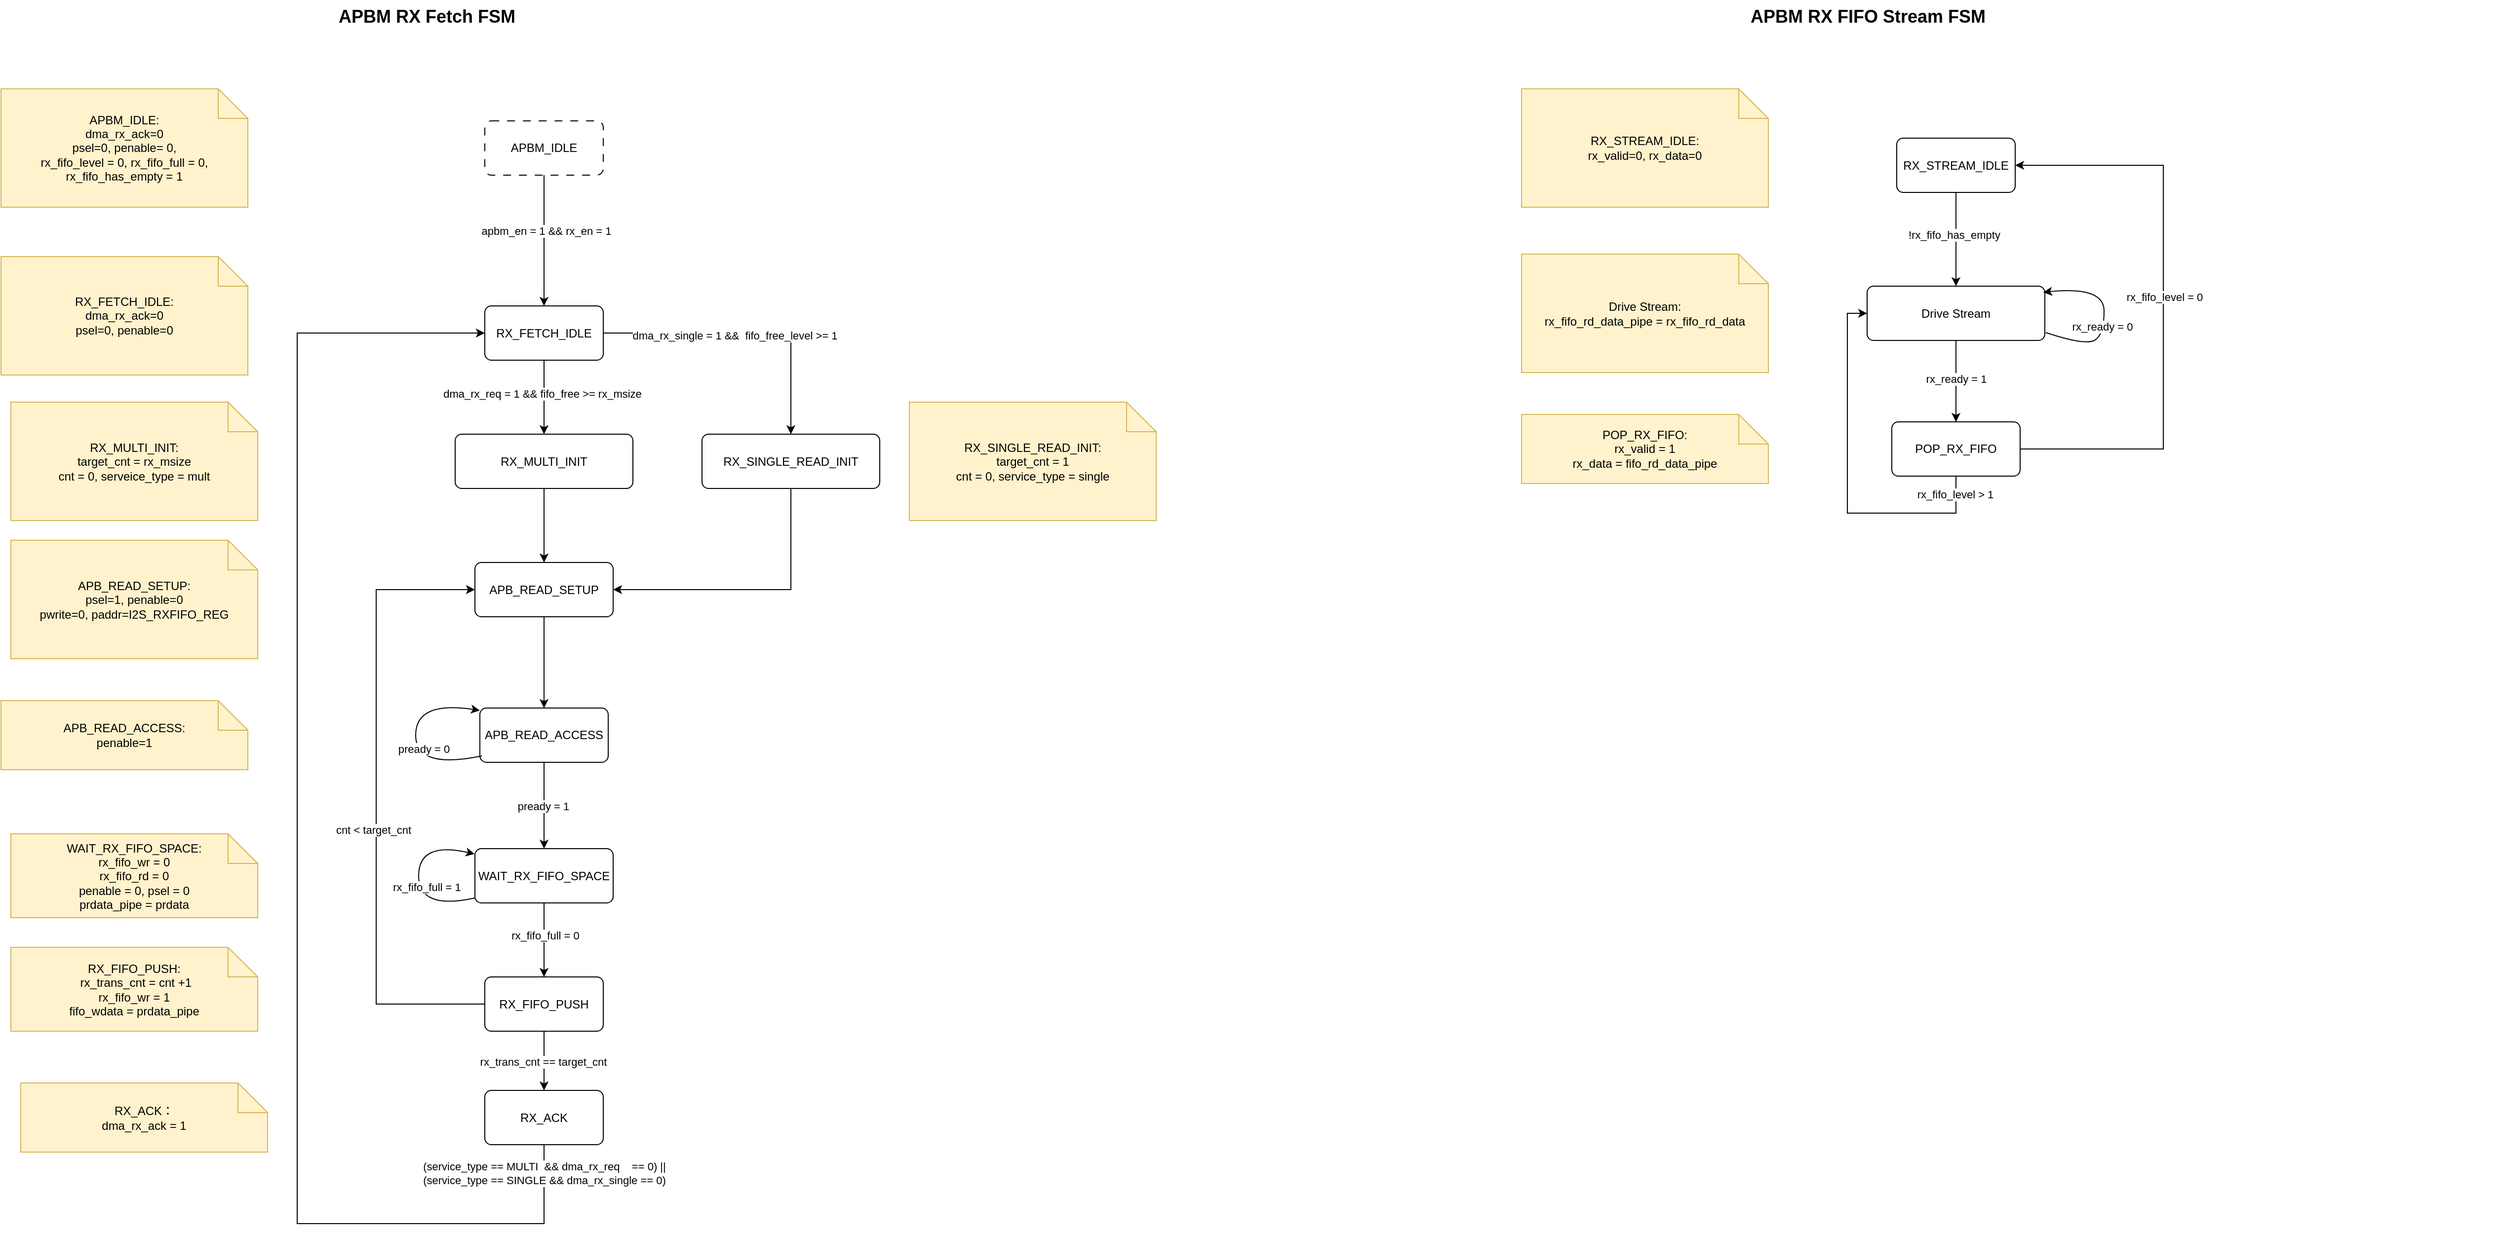
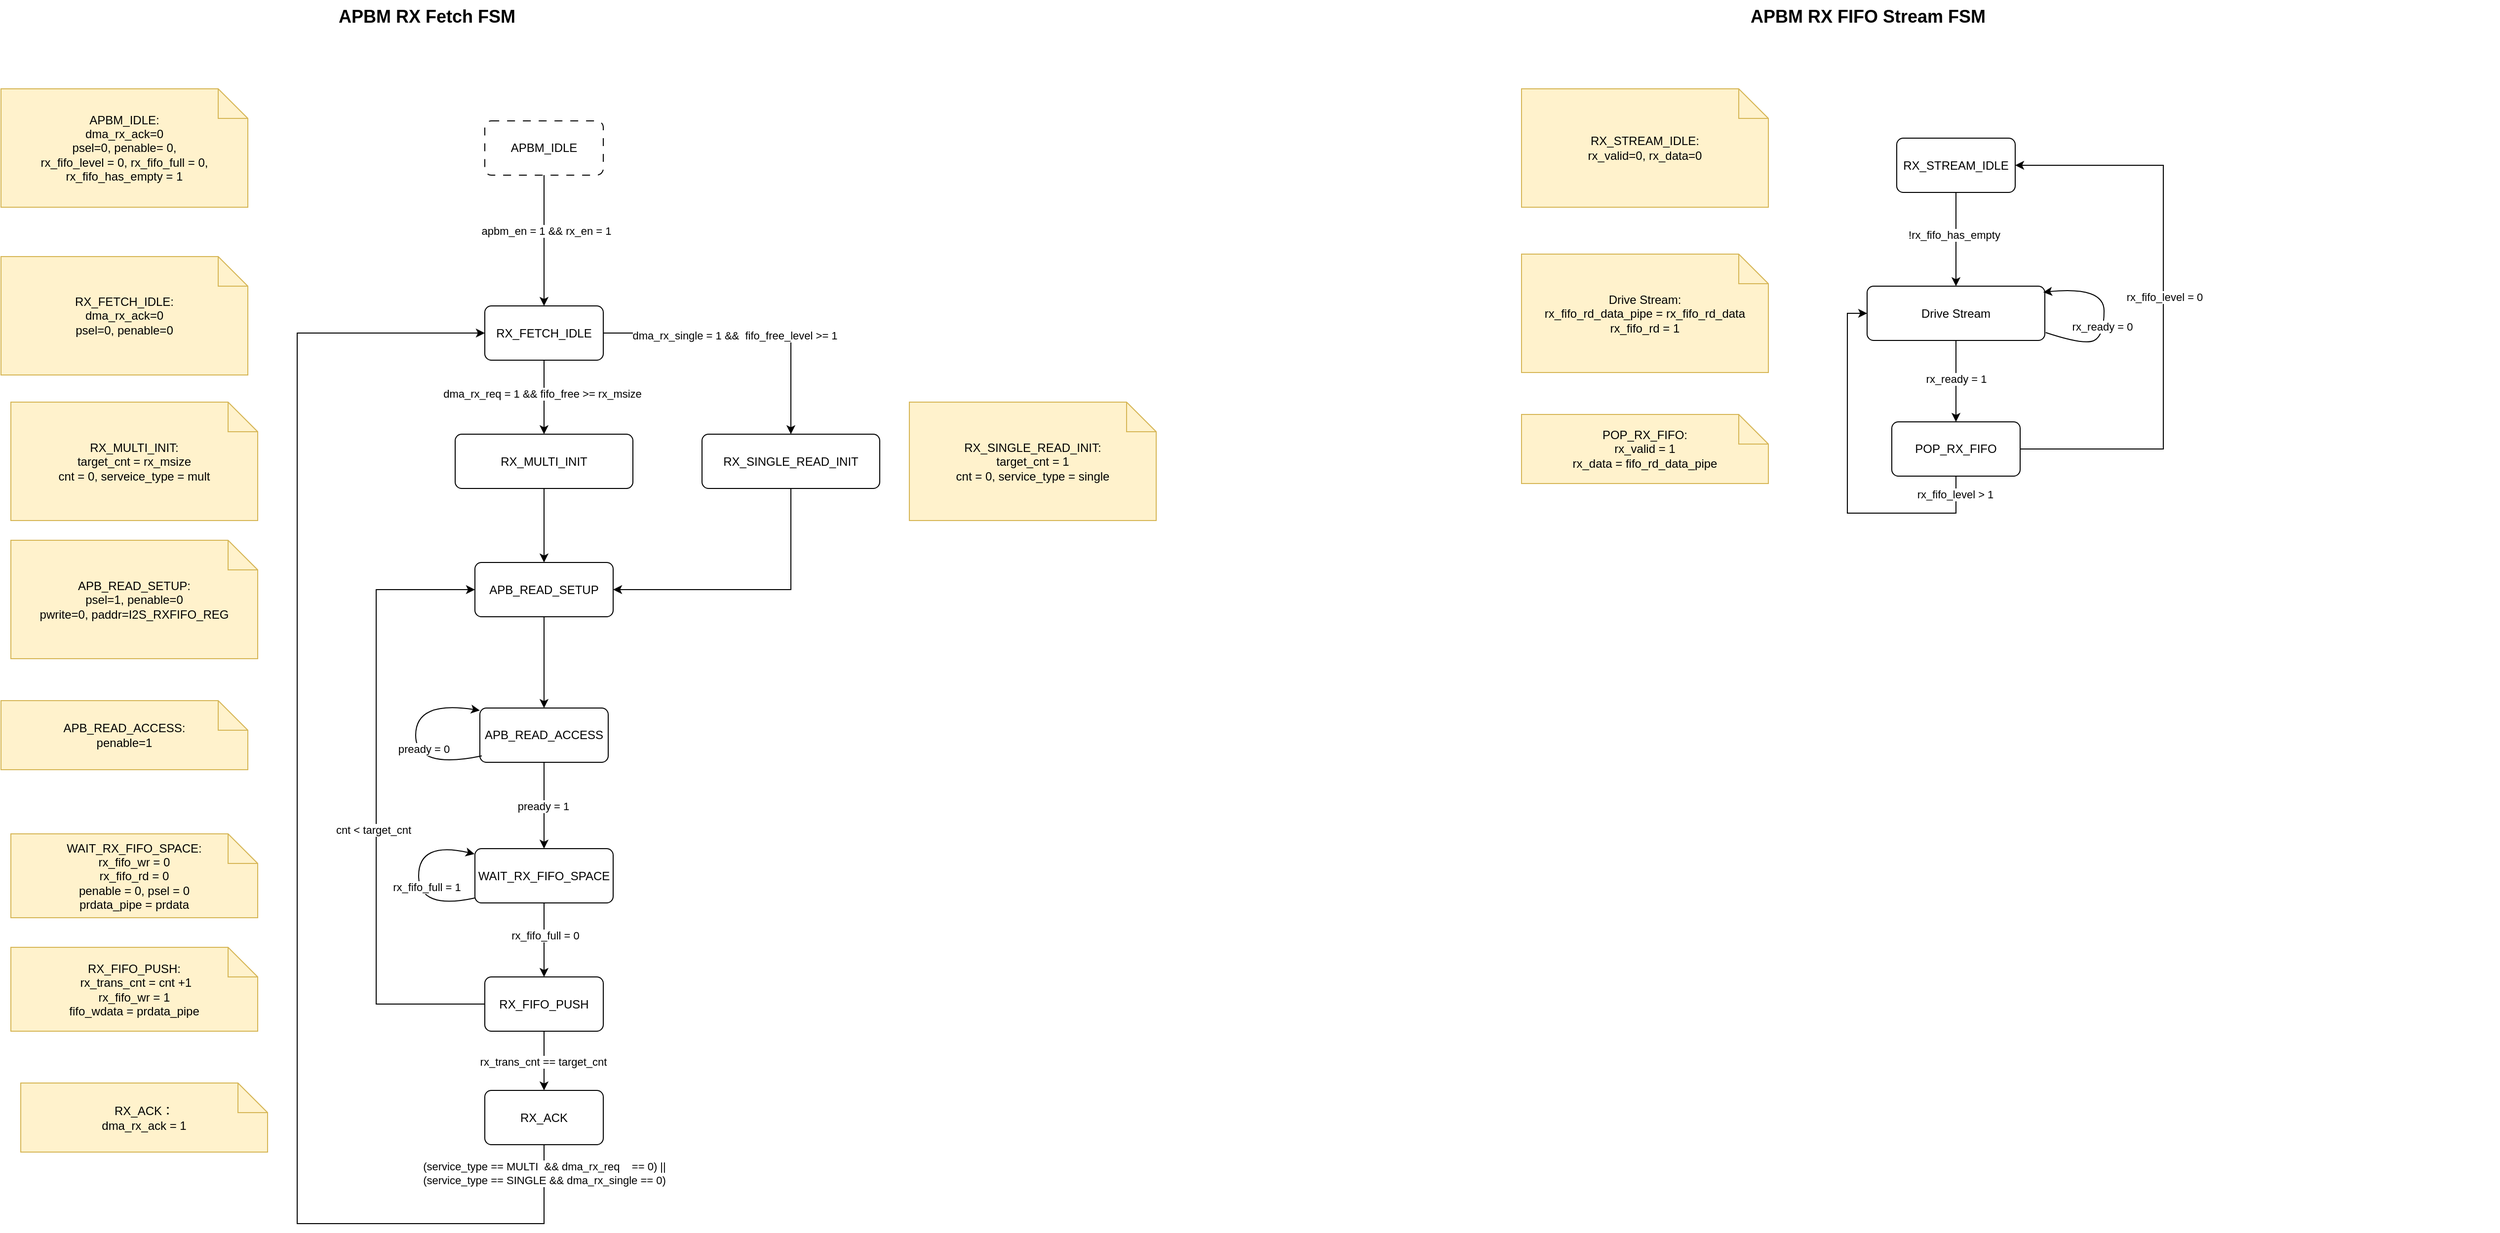
<mxfile host="app.diagrams.net" agent="ChatGPT">
  <diagram id="apbm_rx_fetch_fsm" name="APBM_RX_Fetch_FSM">
-     <mxGraphModel dx="2428" dy="437" grid="1" gridSize="10" guides="1" tooltips="1" connect="1" arrows="1" fold="1" page="1" pageScale="1" pageWidth="1654" pageHeight="2339" math="0" shadow="0">
+     <mxGraphModel dx="2358" dy="397" grid="1" gridSize="10" guides="1" tooltips="1" connect="1" arrows="1" fold="1" page="1" pageScale="1" pageWidth="1654" pageHeight="2339" math="0" shadow="0">
      <root>
        <mxCell id="0" />
        <mxCell id="1" parent="0" />
        <mxCell id="title" parent="1" style="text;html=1;strokeColor=none;fillColor=none;fontSize=18;fontStyle=1;" value="APBM RX Fetch FSM&amp;nbsp;&amp;nbsp;" vertex="1">
          <mxGeometry height="40" width="760" x="120" y="10" as="geometry" />
        </mxCell>
        <mxCell id="idle" parent="1" style="rounded=1;whiteSpace=wrap;html=1;arcSize=12;fillColor=#ffffff;strokeColor=#000000;" value="RX_FETCH_IDLE" vertex="1">
          <mxGeometry height="55" width="120" x="270" y="320" as="geometry" />
        </mxCell>
        <mxCell id="b5V3izeqS-97gPEoPy1i-3" parent="1" style="rounded=1;whiteSpace=wrap;html=1;arcSize=12;fillColor=#ffffff;strokeColor=#000000;" value="APB_READ_SETUP" vertex="1">
          <mxGeometry height="55" width="140" x="260" y="580" as="geometry" />
        </mxCell>
        <mxCell id="b5V3izeqS-97gPEoPy1i-7" edge="1" parent="1" source="idle" style="endArrow=classic;html=1;rounded=0;exitX=0.5;exitY=1;exitDx=0;exitDy=0;entryX=0.5;entryY=0;entryDx=0;entryDy=0;" target="b5V3izeqS-97gPEoPy1i-90" value="">
          <mxGeometry height="50" relative="1" width="50" as="geometry">
            <mxPoint x="350" y="440" as="sourcePoint" />
            <mxPoint x="330" y="450" as="targetPoint" />
          </mxGeometry>
        </mxCell>
        <mxCell id="b5V3izeqS-97gPEoPy1i-8" connectable="0" parent="b5V3izeqS-97gPEoPy1i-7" style="edgeLabel;html=1;align=center;verticalAlign=middle;resizable=0;points=[];" value="dma_rx_req = 1 &amp;amp;&amp;amp; fifo_free &amp;gt;= rx_msize" vertex="1">
          <mxGeometry relative="1" x="-0.0927" y="-2" as="geometry">
            <mxPoint as="offset" />
          </mxGeometry>
        </mxCell>
        <mxCell id="b5V3izeqS-97gPEoPy1i-9" parent="1" style="shape=note;whiteSpace=wrap;html=1;fillColor=#fff2cc;strokeColor=#d6b656;" value="APB_READ_SETUP:&lt;div&gt;psel=1, penable=0&lt;br&gt;pwrite=0, paddr=I2S_RXFIFO_REG&lt;/div&gt;" vertex="1">
          <mxGeometry height="120" width="250" x="-210" y="557.5" as="geometry" />
        </mxCell>
        <mxCell id="b5V3izeqS-97gPEoPy1i-10" parent="1" style="rounded=1;whiteSpace=wrap;html=1;arcSize=12;fillColor=#ffffff;strokeColor=#000000;" value="APB_READ_ACCESS" vertex="1">
          <mxGeometry height="55" width="130" x="265" y="727.5" as="geometry" />
        </mxCell>
        <mxCell id="b5V3izeqS-97gPEoPy1i-11" edge="1" parent="1" source="b5V3izeqS-97gPEoPy1i-3" style="endArrow=classic;html=1;rounded=0;exitX=0.5;exitY=1;exitDx=0;exitDy=0;entryX=0.5;entryY=0;entryDx=0;entryDy=0;" target="b5V3izeqS-97gPEoPy1i-10" value="">
          <mxGeometry height="50" relative="1" width="50" as="geometry">
            <mxPoint x="340" y="710" as="sourcePoint" />
            <mxPoint x="390" y="660" as="targetPoint" />
          </mxGeometry>
        </mxCell>
        <mxCell id="b5V3izeqS-97gPEoPy1i-13" parent="1" style="shape=note;whiteSpace=wrap;html=1;fillColor=#fff2cc;strokeColor=#d6b656;" value="APB_READ_ACCESS:&lt;br&gt;penable=1" vertex="1">
          <mxGeometry height="70" width="250" x="-220" y="720" as="geometry" />
        </mxCell>
        <mxCell id="b5V3izeqS-97gPEoPy1i-14" edge="1" parent="1" source="b5V3izeqS-97gPEoPy1i-10" style="curved=1;endArrow=classic;html=1;rounded=0;exitX=0.015;exitY=0.881;exitDx=0;exitDy=0;entryX=0;entryY=0;entryDx=0;entryDy=0;exitPerimeter=0;" value="">
          <mxGeometry height="50" relative="1" width="50" as="geometry">
            <Array as="points">
              <mxPoint x="200" y="790" />
              <mxPoint x="200" y="720" />
            </Array>
            <mxPoint x="265" y="785" as="sourcePoint" />
            <mxPoint x="265" y="730" as="targetPoint" />
          </mxGeometry>
        </mxCell>
        <mxCell id="b5V3izeqS-97gPEoPy1i-15" connectable="0" parent="b5V3izeqS-97gPEoPy1i-14" style="edgeLabel;html=1;align=center;verticalAlign=middle;resizable=0;points=[];" value="pready = 0" vertex="1">
          <mxGeometry relative="1" x="-0.1215" y="-8" as="geometry">
            <mxPoint as="offset" />
          </mxGeometry>
        </mxCell>
        <mxCell id="b5V3izeqS-97gPEoPy1i-16" parent="1" style="rounded=1;whiteSpace=wrap;html=1;arcSize=12;fillColor=#ffffff;strokeColor=#000000;" value="WAIT_RX_FIFO_SPACE" vertex="1">
          <mxGeometry height="55" width="140" x="260" y="870" as="geometry" />
        </mxCell>
        <mxCell id="b5V3izeqS-97gPEoPy1i-18" edge="1" parent="1" source="b5V3izeqS-97gPEoPy1i-10" style="endArrow=classic;html=1;rounded=0;exitX=0.5;exitY=1;exitDx=0;exitDy=0;entryX=0.5;entryY=0;entryDx=0;entryDy=0;" target="b5V3izeqS-97gPEoPy1i-16" value="">
          <mxGeometry height="50" relative="1" width="50" as="geometry">
            <mxPoint x="320" y="860" as="sourcePoint" />
            <mxPoint x="370" y="810" as="targetPoint" />
          </mxGeometry>
        </mxCell>
        <mxCell id="b5V3izeqS-97gPEoPy1i-19" connectable="0" parent="b5V3izeqS-97gPEoPy1i-18" style="edgeLabel;html=1;align=center;verticalAlign=middle;resizable=0;points=[];" value="pready = 1" vertex="1">
          <mxGeometry relative="1" x="0.0089" y="-1" as="geometry">
            <mxPoint as="offset" />
          </mxGeometry>
        </mxCell>
        <mxCell id="b5V3izeqS-97gPEoPy1i-20" parent="1" style="shape=note;whiteSpace=wrap;html=1;fillColor=#fff2cc;strokeColor=#d6b656;" value="WAIT_RX_FIFO_SPACE:&lt;div&gt;rx_fifo_wr = 0&lt;/div&gt;&lt;div&gt;rx_fifo_rd = 0&lt;br&gt;&lt;/div&gt;&lt;div&gt;penable = 0, psel = 0&lt;/div&gt;&lt;div&gt;prdata_pipe = prdata&lt;/div&gt;" vertex="1">
          <mxGeometry height="85" width="250" x="-210" y="855" as="geometry" />
        </mxCell>
        <mxCell id="b5V3izeqS-97gPEoPy1i-21" parent="1" style="rounded=1;whiteSpace=wrap;html=1;arcSize=12;fillColor=#ffffff;strokeColor=#000000;" value="RX_ACK" vertex="1">
          <mxGeometry height="55" width="120" x="270" y="1115" as="geometry" />
        </mxCell>
        <mxCell id="b5V3izeqS-97gPEoPy1i-26" edge="1" parent="1" source="b5V3izeqS-97gPEoPy1i-75" style="endArrow=classic;html=1;rounded=0;exitX=0.5;exitY=1;exitDx=0;exitDy=0;" value="">
          <mxGeometry height="50" relative="1" width="50" as="geometry">
            <mxPoint x="329.57" y="1040" as="sourcePoint" />
            <mxPoint x="330" y="1115" as="targetPoint" />
          </mxGeometry>
        </mxCell>
        <mxCell id="b5V3izeqS-97gPEoPy1i-27" connectable="0" parent="b5V3izeqS-97gPEoPy1i-26" style="edgeLabel;html=1;align=center;verticalAlign=middle;resizable=0;points=[];" value="rx_trans_cnt == target_cnt" vertex="1">
          <mxGeometry relative="1" x="0.0089" y="-1" as="geometry">
            <mxPoint as="offset" />
          </mxGeometry>
        </mxCell>
        <mxCell id="b5V3izeqS-97gPEoPy1i-28" parent="1" style="shape=note;whiteSpace=wrap;html=1;fillColor=#fff2cc;strokeColor=#d6b656;" value="RX_ACK：&lt;div&gt;dma_rx_ack = 1&lt;/div&gt;" vertex="1">
          <mxGeometry height="70" width="250" x="-200" y="1107.5" as="geometry" />
        </mxCell>
        <mxCell id="b5V3izeqS-97gPEoPy1i-29" parent="1" style="shape=note;whiteSpace=wrap;html=1;fillColor=#fff2cc;strokeColor=#d6b656;" value="RX_FETCH_IDLE:&lt;div&gt;dma_rx_ack=0&lt;/div&gt;&lt;div&gt;psel=0, penable=0&lt;br&gt;&lt;/div&gt;" vertex="1">
          <mxGeometry height="120" width="250" x="-220" y="270" as="geometry" />
        </mxCell>
        <mxCell id="b5V3izeqS-97gPEoPy1i-30" edge="1" parent="1" source="b5V3izeqS-97gPEoPy1i-21" style="endArrow=classic;html=1;rounded=0;exitX=0.5;exitY=1;exitDx=0;exitDy=0;edgeStyle=orthogonalEdgeStyle;entryX=0;entryY=0.5;entryDx=0;entryDy=0;" target="idle" value="">
          <mxGeometry height="50" relative="1" width="50" as="geometry">
            <Array as="points">
              <mxPoint x="330" y="1250" />
              <mxPoint x="80" y="1250" />
              <mxPoint x="80" y="348" />
            </Array>
            <mxPoint x="219.95" y="932.5" as="sourcePoint" />
            <mxPoint x="160" y="345" as="targetPoint" />
          </mxGeometry>
        </mxCell>
        <mxCell id="b5V3izeqS-97gPEoPy1i-74" connectable="0" parent="b5V3izeqS-97gPEoPy1i-30" style="edgeLabel;html=1;align=center;verticalAlign=middle;resizable=0;points=[];" value="&lt;div&gt;(service_type == MULTI&amp;nbsp; &amp;amp;&amp;amp; dma_rx_req&amp;nbsp; &amp;nbsp; == 0) ||&lt;/div&gt;&lt;div&gt;(service_type == SINGLE &amp;amp;&amp;amp; dma_rx_single == 0)&lt;/div&gt;" vertex="1">
          <mxGeometry relative="1" x="-0.9589" as="geometry">
            <mxPoint as="offset" />
          </mxGeometry>
        </mxCell>
        <mxCell id="b5V3izeqS-97gPEoPy1i-31" edge="1" parent="1" source="idle" style="endArrow=classic;html=1;rounded=0;exitX=1;exitY=0.5;exitDx=0;exitDy=0;edgeStyle=orthogonalEdgeStyle;entryX=0.5;entryY=0;entryDx=0;entryDy=0;" target="b5V3izeqS-97gPEoPy1i-34" value="">
          <mxGeometry height="50" relative="1" width="50" as="geometry">
            <mxPoint x="560" y="420" as="sourcePoint" />
            <mxPoint x="570" y="440" as="targetPoint" />
          </mxGeometry>
        </mxCell>
        <mxCell id="b5V3izeqS-97gPEoPy1i-32" connectable="0" parent="b5V3izeqS-97gPEoPy1i-31" style="edgeLabel;html=1;align=center;verticalAlign=middle;resizable=0;points=[];" value="dma_rx_single = 1 &amp;amp;&amp;amp;&amp;nbsp; fifo_free_level &amp;gt;= 1" vertex="1">
          <mxGeometry relative="1" x="-0.0927" y="-2" as="geometry">
            <mxPoint as="offset" />
          </mxGeometry>
        </mxCell>
        <mxCell id="b5V3izeqS-97gPEoPy1i-34" parent="1" style="rounded=1;whiteSpace=wrap;html=1;arcSize=12;fillColor=#ffffff;strokeColor=#000000;" value="RX_SINGLE_READ_INIT" vertex="1">
          <mxGeometry height="55" width="180" x="490" y="450" as="geometry" />
        </mxCell>
        <mxCell id="b5V3izeqS-97gPEoPy1i-35" parent="1" style="shape=note;whiteSpace=wrap;html=1;fillColor=#fff2cc;strokeColor=#d6b656;" value="RX_SINGLE_READ_INIT:&lt;div&gt;target_cnt = 1&lt;br&gt;cnt = 0, service_type = single&lt;/div&gt;" vertex="1">
          <mxGeometry height="120" width="250" x="700" y="417.5" as="geometry" />
        </mxCell>
        <mxCell id="b5V3izeqS-97gPEoPy1i-39" edge="1" parent="1" source="b5V3izeqS-97gPEoPy1i-34" style="endArrow=classic;html=1;rounded=0;exitX=0.5;exitY=1;exitDx=0;exitDy=0;entryX=1;entryY=0.5;entryDx=0;entryDy=0;edgeStyle=orthogonalEdgeStyle;" target="b5V3izeqS-97gPEoPy1i-3" value="">
          <mxGeometry height="50" relative="1" width="50" as="geometry">
            <mxPoint x="540" y="830" as="sourcePoint" />
            <mxPoint x="590" y="780" as="targetPoint" />
          </mxGeometry>
        </mxCell>
        <mxCell id="b5V3izeqS-97gPEoPy1i-40" parent="1" style="text;html=1;strokeColor=none;fillColor=none;fontSize=18;fontStyle=1;" value="APBM RX FIFO Stream FSM&amp;nbsp;&amp;nbsp;" vertex="1">
          <mxGeometry height="40" width="760" x="1550" y="10" as="geometry" />
        </mxCell>
        <mxCell id="b5V3izeqS-97gPEoPy1i-41" parent="1" style="rounded=1;whiteSpace=wrap;html=1;arcSize=12;fillColor=#ffffff;strokeColor=#000000;" value="RX_STREAM_IDLE" vertex="1">
          <mxGeometry height="55" width="120" x="1700" y="150" as="geometry" />
        </mxCell>
        <mxCell id="b5V3izeqS-97gPEoPy1i-42" parent="1" style="rounded=1;whiteSpace=wrap;html=1;arcSize=12;fillColor=#ffffff;strokeColor=#000000;" value="Drive Stream" vertex="1">
          <mxGeometry height="55" width="180" x="1670" y="300" as="geometry" />
        </mxCell>
        <mxCell id="b5V3izeqS-97gPEoPy1i-43" edge="1" parent="1" source="b5V3izeqS-97gPEoPy1i-41" style="endArrow=classic;html=1;rounded=0;exitX=0.5;exitY=1;exitDx=0;exitDy=0;entryX=0.5;entryY=0;entryDx=0;entryDy=0;" target="b5V3izeqS-97gPEoPy1i-42" value="">
          <mxGeometry height="50" relative="1" width="50" as="geometry">
            <mxPoint x="1780" y="270" as="sourcePoint" />
            <mxPoint x="1830" y="220" as="targetPoint" />
          </mxGeometry>
        </mxCell>
        <mxCell id="b5V3izeqS-97gPEoPy1i-44" connectable="0" parent="b5V3izeqS-97gPEoPy1i-43" style="edgeLabel;html=1;align=center;verticalAlign=middle;resizable=0;points=[];" value="!rx_fifo_has_empty" vertex="1">
          <mxGeometry relative="1" x="-0.0927" y="-2" as="geometry">
            <mxPoint as="offset" />
          </mxGeometry>
        </mxCell>
-         <mxCell id="b5V3izeqS-97gPEoPy1i-45" parent="1" style="shape=note;whiteSpace=wrap;html=1;fillColor=#fff2cc;strokeColor=#d6b656;" value="Drive Stream:&lt;div&gt;rx_fifo_rd_data_pipe = rx_fifo_rd_data&lt;br&gt;&lt;/div&gt;" vertex="1">
+         <mxCell id="b5V3izeqS-97gPEoPy1i-45" parent="1" style="shape=note;whiteSpace=wrap;html=1;fillColor=#fff2cc;strokeColor=#d6b656;" value="Drive Stream:&lt;div&gt;rx_fifo_rd_data_pipe = rx_fifo_rd_data&lt;br&gt;&lt;/div&gt;&lt;div&gt;rx_fifo_rd = 1&lt;/div&gt;" vertex="1">
          <mxGeometry height="120" width="250" x="1320" y="267.5" as="geometry" />
        </mxCell>
        <mxCell id="b5V3izeqS-97gPEoPy1i-46" parent="1" style="rounded=1;whiteSpace=wrap;html=1;arcSize=12;fillColor=#ffffff;strokeColor=#000000;" value="POP_RX_FIFO" vertex="1">
          <mxGeometry height="55" width="130" x="1695" y="437.5" as="geometry" />
        </mxCell>
        <mxCell id="b5V3izeqS-97gPEoPy1i-47" edge="1" parent="1" source="b5V3izeqS-97gPEoPy1i-42" style="endArrow=classic;html=1;rounded=0;exitX=0.5;exitY=1;exitDx=0;exitDy=0;entryX=0.5;entryY=0;entryDx=0;entryDy=0;" target="b5V3izeqS-97gPEoPy1i-46" value="">
          <mxGeometry height="50" relative="1" width="50" as="geometry">
            <mxPoint x="1770" y="420" as="sourcePoint" />
            <mxPoint x="1820" y="370" as="targetPoint" />
          </mxGeometry>
        </mxCell>
        <mxCell id="b5V3izeqS-97gPEoPy1i-68" connectable="0" parent="b5V3izeqS-97gPEoPy1i-47" style="edgeLabel;html=1;align=center;verticalAlign=middle;resizable=0;points=[];" value="rx_ready = 1" vertex="1">
          <mxGeometry relative="1" x="-0.0537" as="geometry">
            <mxPoint as="offset" />
          </mxGeometry>
        </mxCell>
        <mxCell id="b5V3izeqS-97gPEoPy1i-48" parent="1" style="shape=note;whiteSpace=wrap;html=1;fillColor=#fff2cc;strokeColor=#d6b656;" value="POP_RX_FIFO:&lt;div&gt;rx_valid = 1&lt;/div&gt;&lt;div&gt;rx_data = fifo_rd_data_pipe&lt;/div&gt;" vertex="1">
          <mxGeometry height="70" width="250" x="1320" y="430" as="geometry" />
        </mxCell>
        <mxCell id="b5V3izeqS-97gPEoPy1i-59" parent="1" style="shape=note;whiteSpace=wrap;html=1;fillColor=#fff2cc;strokeColor=#d6b656;" value="RX_STREAM_IDLE:&lt;div&gt;rx_valid=0, rx_data=0&lt;/div&gt;" vertex="1">
          <mxGeometry height="120" width="250" x="1320" y="100" as="geometry" />
        </mxCell>
        <mxCell id="b5V3izeqS-97gPEoPy1i-69" edge="1" parent="1" source="b5V3izeqS-97gPEoPy1i-46" style="endArrow=classic;html=1;rounded=0;exitX=0.5;exitY=1;exitDx=0;exitDy=0;entryX=0;entryY=0.5;entryDx=0;entryDy=0;edgeStyle=orthogonalEdgeStyle;" target="b5V3izeqS-97gPEoPy1i-42" value="">
          <mxGeometry height="50" relative="1" width="50" as="geometry">
            <Array as="points">
              <mxPoint x="1760" y="530" />
              <mxPoint x="1650" y="530" />
              <mxPoint x="1650" y="328" />
            </Array>
            <mxPoint x="1950" y="430" as="sourcePoint" />
            <mxPoint x="2000" y="380" as="targetPoint" />
          </mxGeometry>
        </mxCell>
        <mxCell id="b5V3izeqS-97gPEoPy1i-71" connectable="0" parent="b5V3izeqS-97gPEoPy1i-69" style="edgeLabel;html=1;align=center;verticalAlign=middle;resizable=0;points=[];" value="rx_fifo_level &amp;gt; 1" vertex="1">
          <mxGeometry relative="1" x="-0.9016" y="-1" as="geometry">
            <mxPoint as="offset" />
          </mxGeometry>
        </mxCell>
        <mxCell id="b5V3izeqS-97gPEoPy1i-72" edge="1" parent="1" source="b5V3izeqS-97gPEoPy1i-46" style="endArrow=classic;html=1;rounded=0;exitX=1;exitY=0.5;exitDx=0;exitDy=0;entryX=1;entryY=0.5;entryDx=0;entryDy=0;edgeStyle=orthogonalEdgeStyle;" target="b5V3izeqS-97gPEoPy1i-41" value="">
          <mxGeometry height="50" relative="1" width="50" as="geometry">
            <Array as="points">
              <mxPoint x="1970" y="465" />
              <mxPoint x="1970" y="178" />
            </Array>
            <mxPoint x="1910" y="460" as="sourcePoint" />
            <mxPoint x="1960" y="410" as="targetPoint" />
          </mxGeometry>
        </mxCell>
        <mxCell id="b5V3izeqS-97gPEoPy1i-73" connectable="0" parent="b5V3izeqS-97gPEoPy1i-72" style="edgeLabel;html=1;align=center;verticalAlign=middle;resizable=0;points=[];" value="rx_fifo_level = 0" vertex="1">
          <mxGeometry relative="1" x="0.0267" y="-1" as="geometry">
            <mxPoint as="offset" />
          </mxGeometry>
        </mxCell>
        <mxCell id="b5V3izeqS-97gPEoPy1i-75" parent="1" style="rounded=1;whiteSpace=wrap;html=1;arcSize=12;fillColor=#ffffff;strokeColor=#000000;" value="RX_FIFO_PUSH" vertex="1">
          <mxGeometry height="55" width="120" x="270" y="1000" as="geometry" />
        </mxCell>
        <mxCell id="b5V3izeqS-97gPEoPy1i-76" edge="1" parent="1" source="b5V3izeqS-97gPEoPy1i-16" style="endArrow=classic;html=1;rounded=0;exitX=0.5;exitY=1;exitDx=0;exitDy=0;entryX=0.5;entryY=0;entryDx=0;entryDy=0;" target="b5V3izeqS-97gPEoPy1i-75" value="">
          <mxGeometry height="50" relative="1" width="50" as="geometry">
            <mxPoint x="400" y="990" as="sourcePoint" />
            <mxPoint x="450" y="940" as="targetPoint" />
          </mxGeometry>
        </mxCell>
        <mxCell id="b5V3izeqS-97gPEoPy1i-77" connectable="0" parent="b5V3izeqS-97gPEoPy1i-76" style="edgeLabel;html=1;align=center;verticalAlign=middle;resizable=0;points=[];" value="rx_fifo_full = 0" vertex="1">
          <mxGeometry relative="1" x="-0.1138" y="1" as="geometry">
            <mxPoint as="offset" />
          </mxGeometry>
        </mxCell>
        <mxCell id="b5V3izeqS-97gPEoPy1i-78" edge="1" parent="1" style="curved=1;endArrow=classic;html=1;rounded=0;entryX=-0.002;entryY=0.099;entryDx=0;entryDy=0;entryPerimeter=0;" target="b5V3izeqS-97gPEoPy1i-16" value="">
          <mxGeometry height="50" relative="1" width="50" as="geometry">
            <Array as="points">
              <mxPoint x="203" y="932.5" />
              <mxPoint x="203" y="862.5" />
            </Array>
            <mxPoint x="260" y="920" as="sourcePoint" />
            <mxPoint x="268" y="872.5" as="targetPoint" />
          </mxGeometry>
        </mxCell>
        <mxCell id="b5V3izeqS-97gPEoPy1i-79" connectable="0" parent="b5V3izeqS-97gPEoPy1i-78" style="edgeLabel;html=1;align=center;verticalAlign=middle;resizable=0;points=[];" value="rx_fifo_full = 1" vertex="1">
          <mxGeometry relative="1" x="-0.1215" y="-8" as="geometry">
            <mxPoint as="offset" />
          </mxGeometry>
        </mxCell>
        <mxCell id="b5V3izeqS-97gPEoPy1i-80" parent="1" style="shape=note;whiteSpace=wrap;html=1;fillColor=#fff2cc;strokeColor=#d6b656;" value="RX_FIFO_PUSH:&lt;div&gt;&amp;nbsp;rx_trans_cnt = cnt +1&lt;br&gt;&lt;/div&gt;&lt;div&gt;rx_fifo_wr = 1&lt;br&gt;fifo_wdata = prdata_pipe&lt;/div&gt;" vertex="1">
          <mxGeometry height="85" width="250" x="-210" y="970" as="geometry" />
        </mxCell>
        <mxCell id="b5V3izeqS-97gPEoPy1i-81" parent="1" style="rounded=1;whiteSpace=wrap;html=1;arcSize=12;fillColor=#ffffff;strokeColor=#000000;dashed=1;dashPattern=8 8;" value="APBM_IDLE" vertex="1">
          <mxGeometry height="55" width="120" x="270" y="132.5" as="geometry" />
        </mxCell>
        <mxCell id="b5V3izeqS-97gPEoPy1i-82" edge="1" parent="1" source="b5V3izeqS-97gPEoPy1i-81" style="endArrow=classic;html=1;rounded=0;exitX=0.5;exitY=1;exitDx=0;exitDy=0;" target="idle" value="">
          <mxGeometry height="50" relative="1" width="50" as="geometry">
            <mxPoint x="370" y="240" as="sourcePoint" />
            <mxPoint x="420" y="190" as="targetPoint" />
          </mxGeometry>
        </mxCell>
        <mxCell id="b5V3izeqS-97gPEoPy1i-83" connectable="0" parent="b5V3izeqS-97gPEoPy1i-82" style="edgeLabel;html=1;align=center;verticalAlign=middle;resizable=0;points=[];" value="apbm_en = 1 &amp;amp;&amp;amp; rx_en = 1" vertex="1">
          <mxGeometry relative="1" x="-0.1446" y="2" as="geometry">
            <mxPoint as="offset" />
          </mxGeometry>
        </mxCell>
        <mxCell id="b5V3izeqS-97gPEoPy1i-84" parent="1" style="shape=note;whiteSpace=wrap;html=1;fillColor=#fff2cc;strokeColor=#d6b656;" value="APBM_IDLE:&lt;div&gt;dma_rx_ack=0&lt;/div&gt;&lt;div&gt;psel=0, penable= 0,&lt;br&gt;&lt;/div&gt;&lt;div&gt;rx_fifo_level = 0, rx_fifo_full = 0, rx_fifo_has_empty = 1&lt;/div&gt;" vertex="1">
          <mxGeometry height="120" width="250" x="-220" y="100" as="geometry" />
        </mxCell>
        <mxCell id="b5V3izeqS-97gPEoPy1i-85" edge="1" parent="1" source="b5V3izeqS-97gPEoPy1i-75" style="endArrow=classic;html=1;rounded=0;exitX=0;exitY=0.5;exitDx=0;exitDy=0;edgeStyle=orthogonalEdgeStyle;entryX=0;entryY=0.5;entryDx=0;entryDy=0;" target="b5V3izeqS-97gPEoPy1i-3" value="">
          <mxGeometry height="50" relative="1" width="50" as="geometry">
            <Array as="points">
              <mxPoint x="160" y="1028" />
              <mxPoint x="160" y="608" />
            </Array>
            <mxPoint x="40" y="1026.88" as="sourcePoint" />
            <mxPoint x="110" y="690" as="targetPoint" />
          </mxGeometry>
        </mxCell>
        <mxCell id="b5V3izeqS-97gPEoPy1i-86" connectable="0" parent="b5V3izeqS-97gPEoPy1i-85" style="edgeLabel;html=1;align=center;verticalAlign=middle;resizable=0;points=[];" value="cnt &amp;lt; target_cnt" vertex="1">
          <mxGeometry relative="1" x="-0.0902" y="3" as="geometry">
            <mxPoint as="offset" />
          </mxGeometry>
        </mxCell>
        <mxCell id="b5V3izeqS-97gPEoPy1i-87" edge="1" parent="1" source="b5V3izeqS-97gPEoPy1i-42" style="curved=1;endArrow=classic;html=1;rounded=0;entryX=0.991;entryY=0.112;entryDx=0;entryDy=0;exitX=1.005;exitY=0.854;exitDx=0;exitDy=0;exitPerimeter=0;entryPerimeter=0;" target="b5V3izeqS-97gPEoPy1i-42" value="">
          <mxGeometry height="50" relative="1" width="50" as="geometry">
            <Array as="points">
              <mxPoint x="1890" y="360" />
              <mxPoint x="1910" y="350" />
              <mxPoint x="1910" y="300" />
            </Array>
            <mxPoint x="1860" y="420" as="sourcePoint" />
            <mxPoint x="1910" y="370" as="targetPoint" />
          </mxGeometry>
        </mxCell>
        <mxCell id="b5V3izeqS-97gPEoPy1i-88" connectable="0" parent="b5V3izeqS-97gPEoPy1i-87" style="edgeLabel;html=1;align=center;verticalAlign=middle;resizable=0;points=[];" value="rx_ready = 0" vertex="1">
          <mxGeometry relative="1" x="-0.1698" y="2" as="geometry">
            <mxPoint as="offset" />
          </mxGeometry>
        </mxCell>
        <mxCell id="b5V3izeqS-97gPEoPy1i-90" parent="1" style="rounded=1;whiteSpace=wrap;html=1;arcSize=12;fillColor=#ffffff;strokeColor=#000000;" value="RX_MULTI_INIT" vertex="1">
          <mxGeometry height="55" width="180" x="240" y="450" as="geometry" />
        </mxCell>
        <mxCell id="b5V3izeqS-97gPEoPy1i-91" edge="1" parent="1" source="b5V3izeqS-97gPEoPy1i-90" style="endArrow=classic;html=1;rounded=0;exitX=0.5;exitY=1;exitDx=0;exitDy=0;entryX=0.5;entryY=0;entryDx=0;entryDy=0;" target="b5V3izeqS-97gPEoPy1i-3" value="">
          <mxGeometry height="50" relative="1" width="50" as="geometry">
            <mxPoint x="320" y="520" as="sourcePoint" />
            <mxPoint x="320" y="585" as="targetPoint" />
          </mxGeometry>
        </mxCell>
        <mxCell id="b5V3izeqS-97gPEoPy1i-92" parent="1" style="shape=note;whiteSpace=wrap;html=1;fillColor=#fff2cc;strokeColor=#d6b656;" value="RX_MULTI_INIT:&lt;div&gt;target_cnt = rx_msize&lt;br&gt;cnt = 0, serveice_type = mult&lt;/div&gt;" vertex="1">
          <mxGeometry height="120" width="250" x="-210" y="417.5" as="geometry" />
        </mxCell>
      </root>
    </mxGraphModel>
  </diagram>
</mxfile>
